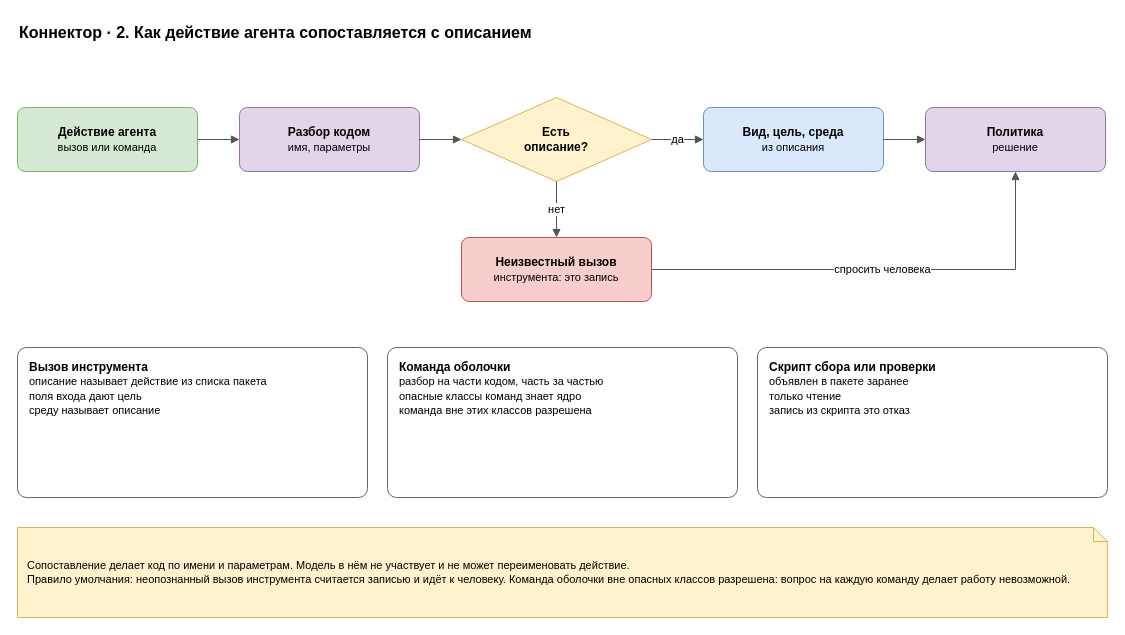
Above: page "2. Сопоставление" (2 of 6) of docs/spec/harness-connector.drawio in roygkov/reins (draw.io), before the change. Source tidied: cells renumbered, new cells numbered last; positions are measured from the earlier drawing's top-left corner, leaving out a move shared by most shapes. Both pictures are drawn from the tidied source at 100%, with x=0, y=0 at pixel (17, 17).
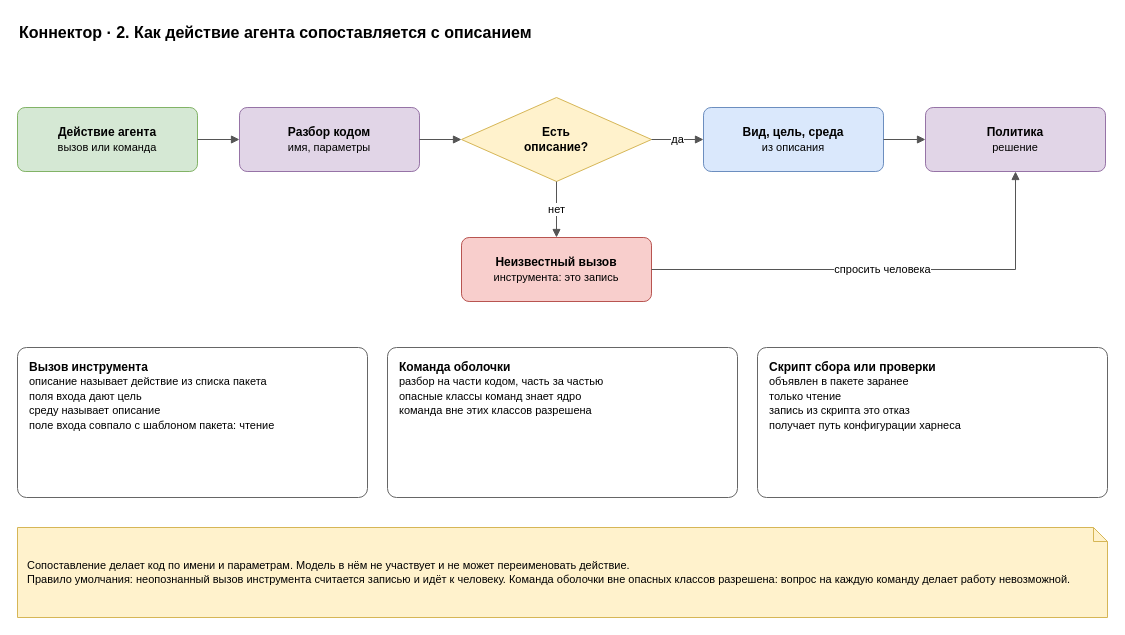
Above is the later version.

The edit, as a diff of the source:
```diff
@@
-    <mxCell id="15" value="&lt;b&gt;Вызов инструмента&lt;/b&gt;&lt;br&gt;&lt;font style=&quot;font-size:11px&quot;&gt;описание называет действие из списка пакета&lt;br&gt;поля входа дают цель&lt;br&gt;среду называет описание&lt;/font&gt;" style="rounded=1;whiteSpace=wrap;html=1;fillColor=#ffffff;strokeColor=#666666;arcSize=6;align=left;verticalAlign=top;spacingLeft=10;spacingTop=6;spacingRight=6;" parent="1" vertex="1">
+    <mxCell id="15" value="&lt;b&gt;Вызов инструмента&lt;/b&gt;&lt;br&gt;&lt;font style=&quot;font-size:11px&quot;&gt;описание называет действие из списка пакета&lt;br&gt;поля входа дают цель&lt;br&gt;среду называет описание&lt;br&gt;поле входа совпало с шаблоном пакета: чтение&lt;/font&gt;" style="rounded=1;whiteSpace=wrap;html=1;fillColor=#ffffff;strokeColor=#666666;arcSize=6;align=left;verticalAlign=top;spacingLeft=10;spacingTop=6;spacingRight=6;" parent="1" vertex="1">
       <mxGeometry y="330" width="350" height="150" as="geometry" />
     </mxCell>
@@
-    <mxCell id="17" value="&lt;b&gt;Скрипт сбора или проверки&lt;/b&gt;&lt;br&gt;&lt;font style=&quot;font-size:11px&quot;&gt;объявлен в пакете заранее&lt;br&gt;только чтение&lt;br&gt;запись из скрипта это отказ&lt;/font&gt;" style="rounded=1;whiteSpace=wrap;html=1;fillColor=#ffffff;strokeColor=#666666;arcSize=6;align=left;verticalAlign=top;spacingLeft=10;spacingTop=6;spacingRight=6;" parent="1" vertex="1">
+    <mxCell id="17" value="&lt;b&gt;Скрипт сбора или проверки&lt;/b&gt;&lt;br&gt;&lt;font style=&quot;font-size:11px&quot;&gt;объявлен в пакете заранее&lt;br&gt;только чтение&lt;br&gt;запись из скрипта это отказ&lt;br&gt;получает путь конфигурации харнеса&lt;/font&gt;" style="rounded=1;whiteSpace=wrap;html=1;fillColor=#ffffff;strokeColor=#666666;arcSize=6;align=left;verticalAlign=top;spacingLeft=10;spacingTop=6;spacingRight=6;" parent="1" vertex="1">
       <mxGeometry x="740" y="330" width="350" height="150" as="geometry" />
     </mxCell>
```
